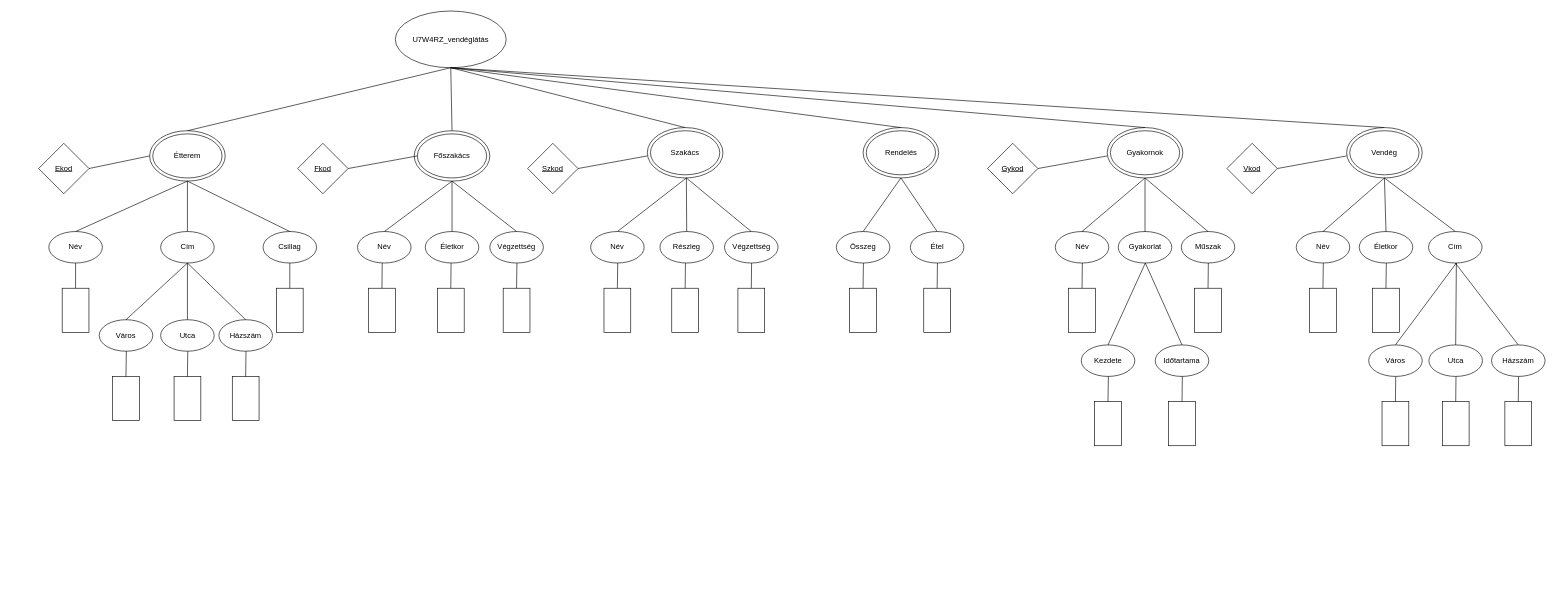
Before: U7W4RZ_1008/XDMU7W4RZ.drawio in Valkenzo/U7W4RZWebXML, a draw.io diagram. Source tidied: cells renumbered, new cells numbered last; positions are measured from the earlier drawing's top-left corner, leaving out a move shared by most shapes. Both pictures are drawn from the tidied source at 63%, with x=0, y=0 at pixel (38, 11).
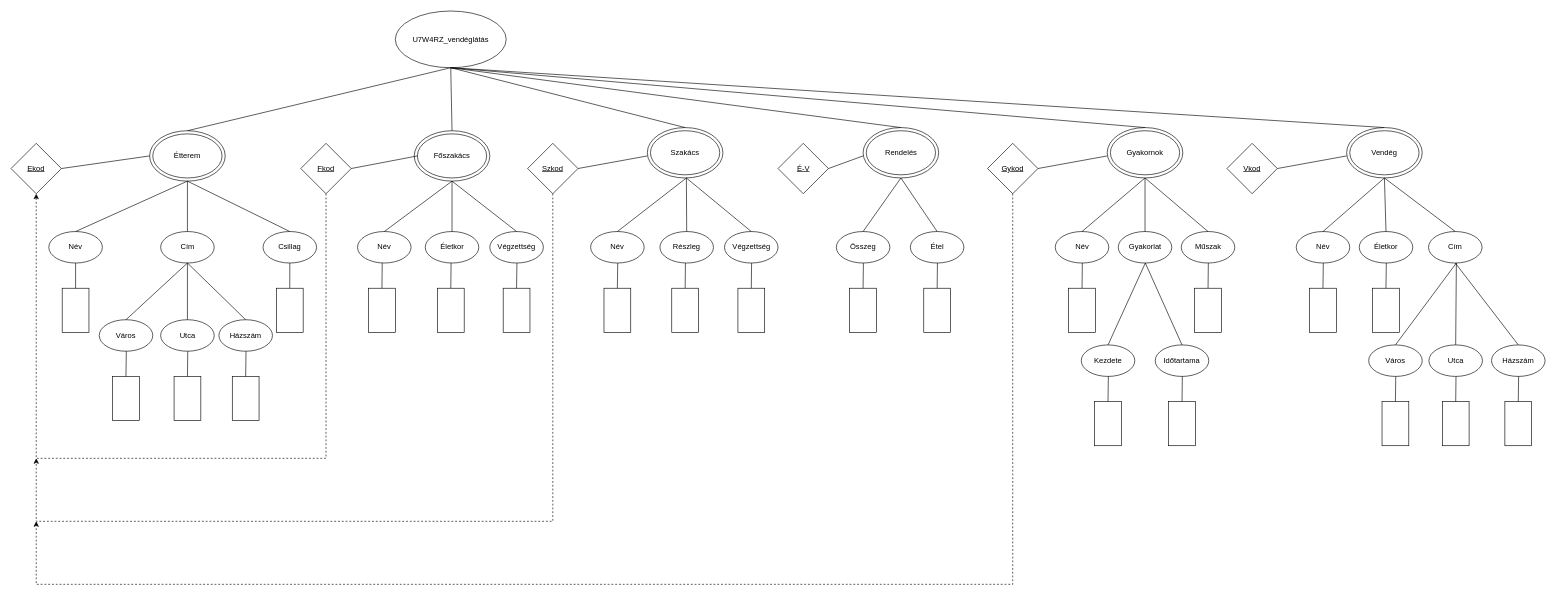
The same diagram, later.

Commit message:
Adjust positioning of elements in XDMU7W4RZ.drawio and add new connections

Unchanged cells that the change refers to:
```xml
<mxCell id="53" value="&lt;u&gt;Szkod&lt;/u&gt;" style="rhombus;whiteSpace=wrap;html=1;" parent="1" vertex="1">
  <mxGeometry x="776" y="210" width="80" height="80" as="geometry" />
</mxCell>
<mxCell id="66" value="&lt;u&gt;Gykod&lt;/u&gt;" style="rhombus;whiteSpace=wrap;html=1;" parent="1" vertex="1">
  <mxGeometry x="1506" y="210" width="80" height="80" as="geometry" />
</mxCell>
```

Change to the diagram source:
```diff
@@
     <mxCell id="43" value="&lt;u&gt;Ekod&lt;/u&gt;" style="rhombus;whiteSpace=wrap;html=1;" parent="1" vertex="1">
-      <mxGeometry x="-0.2" y="210" width="80" height="80" as="geometry" />
+      <mxGeometry x="-44" y="210" width="80" height="80" as="geometry" />
     </mxCell>
@@
     <mxCell id="51" value="&lt;u&gt;Fkod&lt;/u&gt;" style="rhombus;whiteSpace=wrap;html=1;" parent="1" vertex="1">
-      <mxGeometry x="411" y="210" width="80" height="80" as="geometry" />
+      <mxGeometry x="416" y="210" width="80" height="80" as="geometry" />
     </mxCell>
@@
+    <mxCell id="125" style="endArrow=classic;html=1;rounded=0;edgeStyle=orthogonalEdgeStyle;dashed=1;" parent="1" edge="1">
+      <mxGeometry relative="1" as="geometry">
+        <mxPoint x="456" y="290" as="sourcePoint" />
+        <mxPoint x="-4" y="290" as="targetPoint" />
+        <Array as="points">
+          <mxPoint x="456" y="710" />
+          <mxPoint x="-4" y="710" />
+        </Array>
+      </mxGeometry>
+    </mxCell>
+    <mxCell id="126" style="endArrow=classic;html=1;rounded=0;edgeStyle=orthogonalEdgeStyle;dashed=1;exitX=0.5;exitY=1;exitDx=0;exitDy=0;" parent="1" edge="1" source="53">
+      <mxGeometry relative="1" as="geometry">
+        <mxPoint x="-4" y="710" as="targetPoint" />
+        <Array as="points">
+          <mxPoint x="816" y="810" />
+          <mxPoint x="-4" y="810" />
+        </Array>
+      </mxGeometry>
+    </mxCell>
+    <mxCell id="127" style="endArrow=classic;html=1;rounded=0;edgeStyle=orthogonalEdgeStyle;dashed=1;exitX=0.5;exitY=1;exitDx=0;exitDy=0;" parent="1" edge="1" source="66">
+      <mxGeometry relative="1" as="geometry">
+        <mxPoint x="-4" y="810" as="targetPoint" />
+        <Array as="points">
+          <mxPoint x="1546" y="910" />
+          <mxPoint x="-4" y="910" />
+        </Array>
+      </mxGeometry>
+    </mxCell>
+    <mxCell id="128" value="&lt;u&gt;É-V&lt;/u&gt;" style="rhombus;whiteSpace=wrap;html=1;" parent="1" vertex="1">
+      <mxGeometry x="1173.5" y="210" width="80" height="80" as="geometry" />
+    </mxCell>
+    <mxCell id="129" style="endArrow=none;html=1;rounded=0;entryX=0;entryY=0.5;entryDx=0;entryDy=0;exitX=1;exitY=0.5;exitDx=0;exitDy=0;" parent="1" edge="1" source="128">
+      <mxGeometry relative="1" as="geometry">
+        <mxPoint x="1308.5" y="230" as="targetPoint" />
+      </mxGeometry>
+    </mxCell>
```
